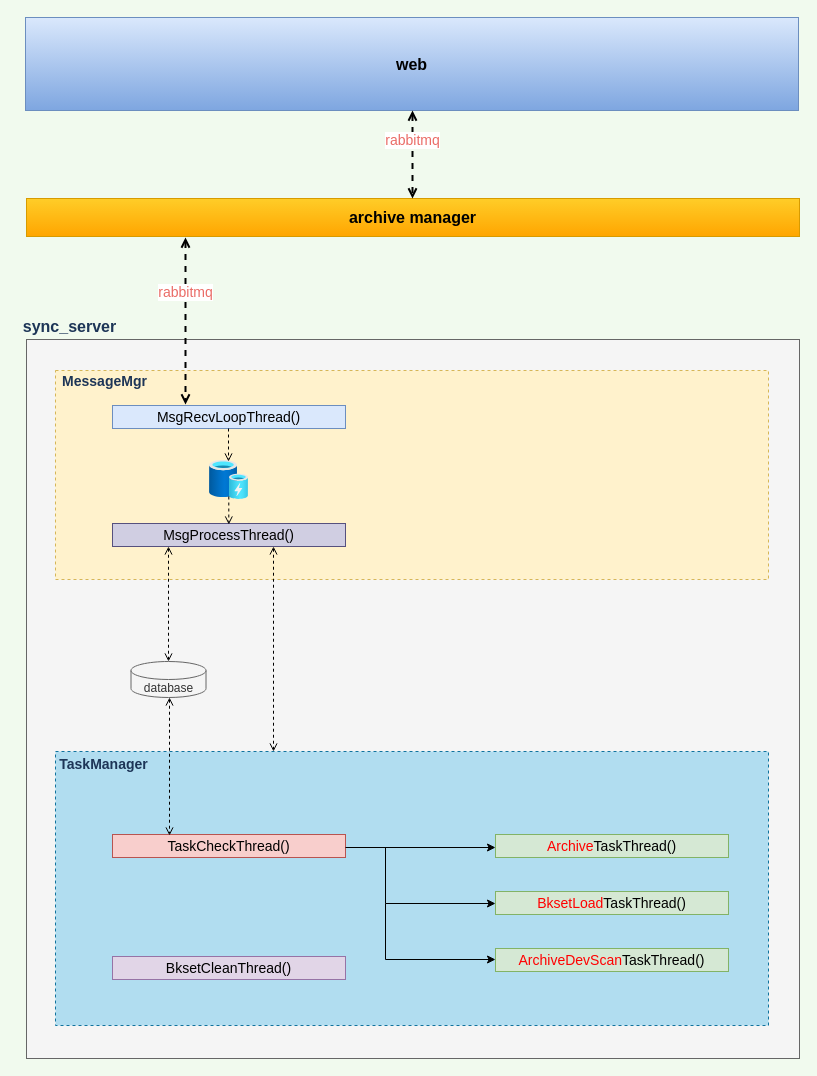
This is page "软件架构图" (2 of 5) of 02-unary_work/01-黑方6.8版本归档模块/归档服务模块sync_server原理图.drawio from chenzhaoguo/UML, a draw.io file, before an edit. Source tidied: cells renumbered, new cells numbered last; positions are measured from the earlier drawing's top-left corner, leaving out a move shared by most shapes. Both pictures are drawn from the tidied source at 100%, with x=0, y=0 at pixel (17, 17).
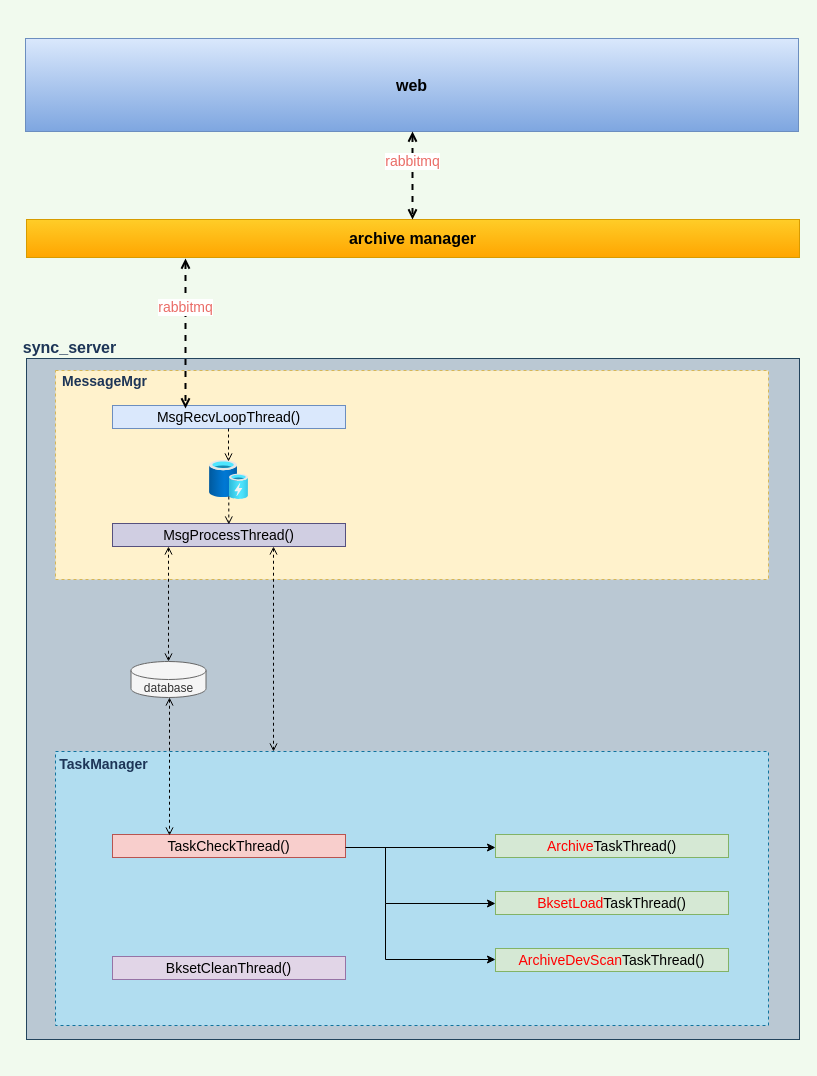
Above is the later version.

What changed in the source:
```diff
@@
-    <mxCell id="2" style="rounded=0;whiteSpace=wrap;html=1;sketch=0;strokeColor=#666666;fillColor=#f5f5f5;fontColor=#333333;" parent="1" vertex="1">
-      <mxGeometry x="9" y="322" width="773" height="719" as="geometry" />
+    <mxCell id="2" style="rounded=0;whiteSpace=wrap;html=1;sketch=0;fillColor=#bac8d3;strokeColor=#23445d;" parent="1" vertex="1">
+      <mxGeometry x="9" y="341" width="773" height="681" as="geometry" />
     </mxCell>
@@
     <mxCell id="5" value="sync_server" style="text;html=1;align=center;verticalAlign=middle;strokeColor=none;fillColor=none;fontColor=#1D3557;fontSize=16;fontStyle=1;" parent="1" vertex="1">
-      <mxGeometry y="297" width="103" height="23" as="geometry" />
+      <mxGeometry y="318" width="103" height="23" as="geometry" />
     </mxCell>
@@
     <mxCell id="7" value="archive manager" style="rounded=0;whiteSpace=wrap;html=1;sketch=0;strokeColor=#d79b00;fillColor=#ffcd28;fontSize=16;gradientColor=#ffa500;fontStyle=1;" parent="1" vertex="1">
-      <mxGeometry x="9" y="181" width="773" height="38" as="geometry" />
+      <mxGeometry x="9" y="202" width="773" height="38" as="geometry" />
     </mxCell>
     <mxCell id="8" style="endArrow=open;html=1;rounded=1;sketch=0;fontColor=#1D3557;strokeColor=#000000;fillColor=#6a00ff;elbow=vertical;startArrow=open;startFill=0;endFill=0;dashed=1;strokeWidth=2;" parent="1" edge="1">
       <mxGeometry relative="1" as="geometry">
-        <mxPoint x="168" y="220" as="sourcePoint" />
-        <mxPoint x="168" y="387" as="targetPoint" />
+        <mxPoint x="168" y="241" as="sourcePoint" />
+        <mxPoint x="168" y="391" as="targetPoint" />
       </mxGeometry>
     </mxCell>
@@
     <mxCell id="23" value="web" style="rounded=0;whiteSpace=wrap;html=1;sketch=0;strokeColor=#6c8ebf;fillColor=#dae8fc;fontSize=16;gradientColor=#7ea6e0;fontStyle=1;" parent="1" vertex="1">
-      <mxGeometry x="8" width="773" height="93" as="geometry" />
+      <mxGeometry x="8" y="21" width="773" height="93" as="geometry" />
     </mxCell>
     <mxCell id="24" style="endArrow=open;html=1;rounded=1;sketch=0;fontColor=#1D3557;strokeColor=#000000;fillColor=#6a00ff;elbow=vertical;startArrow=open;startFill=0;endFill=0;dashed=1;strokeWidth=2;" parent="1" edge="1">
       <mxGeometry relative="1" as="geometry">
-        <mxPoint x="395" y="93" as="sourcePoint" />
-        <mxPoint x="395" y="181" as="targetPoint" />
+        <mxPoint x="395" y="114" as="sourcePoint" />
+        <mxPoint x="395" y="202" as="targetPoint" />
       </mxGeometry>
     </mxCell>
```
